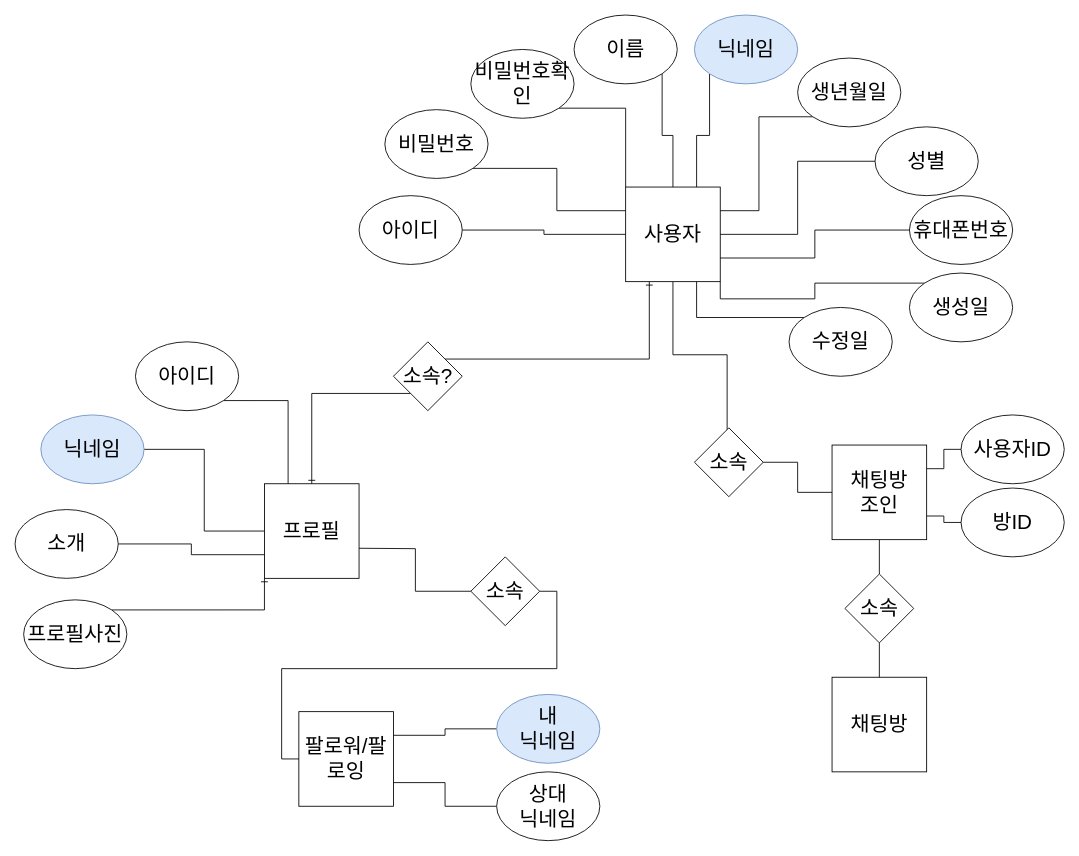
Above: Untitled Diagram.drawio in DHMaeng/DB (draw.io), before the change. Source tidied: cells renumbered, new cells numbered last; positions are measured from the earlier drawing's top-left corner, leaving out a move shared by most shapes. Both pictures are drawn from the tidied source at 86%, with x=0, y=0 at pixel (15, 15).
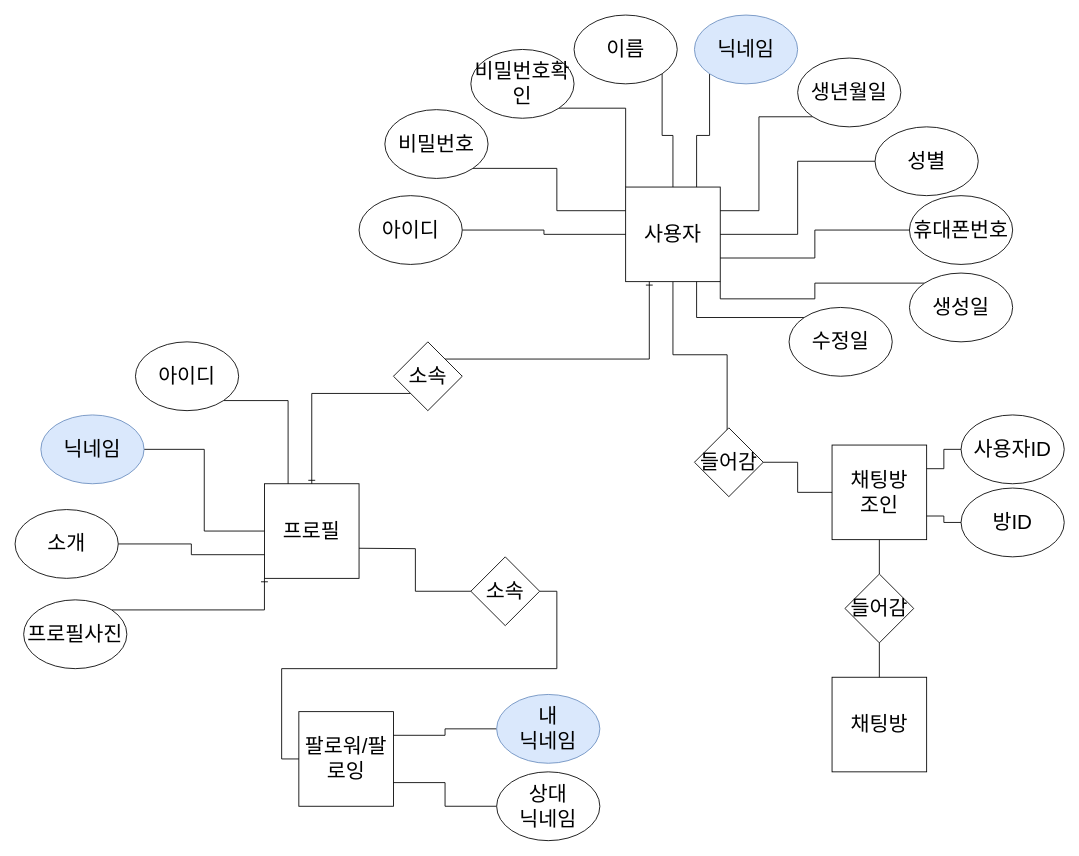
The same diagram, later.

Change to the diagram source:
```diff
@@
-    <mxCell id="27" value="&lt;font style=&quot;font-size: 24px&quot;&gt;소속?&lt;/font&gt;" style="rhombus;whiteSpace=wrap;html=1;" parent="1" vertex="1">
+    <mxCell id="27" value="&lt;font style=&quot;font-size: 24px&quot;&gt;소속&lt;/font&gt;" style="rhombus;whiteSpace=wrap;html=1;" parent="1" vertex="1">
       <mxGeometry x="440" y="380" width="80" height="80" as="geometry" />
     </mxCell>
@@
-    <mxCell id="52" value="&lt;font style=&quot;font-size: 24px&quot;&gt;소속&lt;/font&gt;" style="rhombus;whiteSpace=wrap;html=1;" parent="1" vertex="1">
+    <mxCell id="52" value="&lt;font style=&quot;font-size: 24px&quot;&gt;들어감&lt;/font&gt;" style="rhombus;whiteSpace=wrap;html=1;" parent="1" vertex="1">
       <mxGeometry x="790" y="480" width="80" height="80" as="geometry" />
     </mxCell>
@@
-    <mxCell id="54" value="&lt;font style=&quot;font-size: 24px&quot;&gt;소속&lt;/font&gt;" style="rhombus;whiteSpace=wrap;html=1;" parent="1" vertex="1">
+    <mxCell id="54" value="&lt;font style=&quot;font-size: 24px&quot;&gt;들어감&lt;/font&gt;" style="rhombus;whiteSpace=wrap;html=1;" parent="1" vertex="1">
       <mxGeometry x="965" y="650" width="80" height="80" as="geometry" />
     </mxCell>
```
